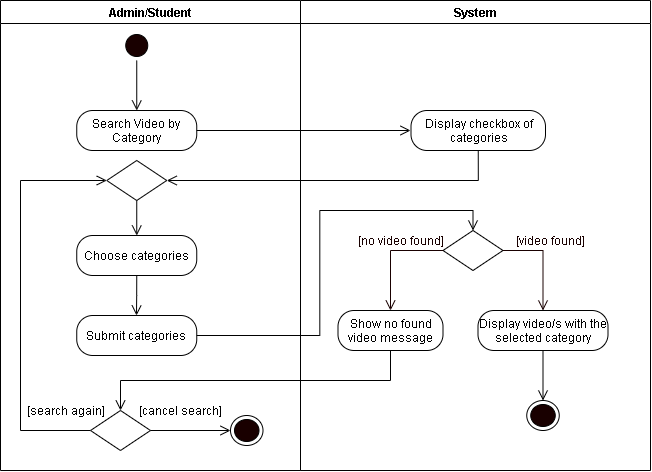
The draw.io diagram REVISIONS/UML-DIAGRAMS/6-9-2021/ACTIVITY DIAGRAM/10-Category Search.png in mrklglsn/CAPSTONE-FILES, before a commit. Source tidied: cells renumbered, new cells last; positions are measured from the earlier drawing's top-left corner, leaving out a move shared by most shapes.
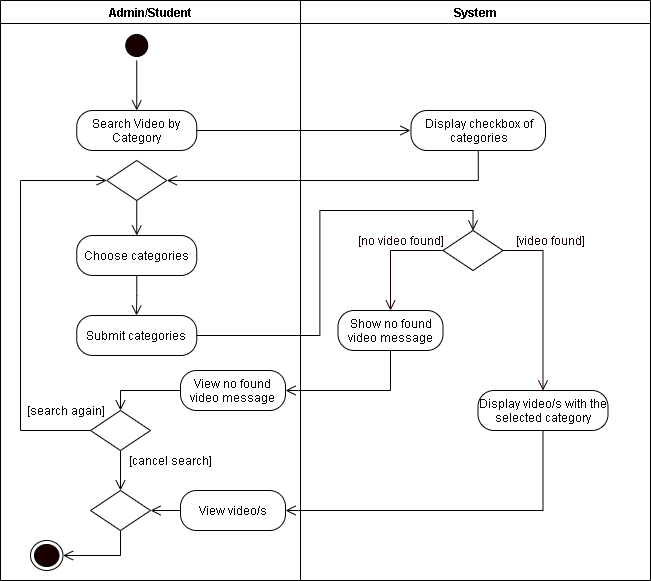
The same file after the commit.

What changed in the source:
```diff
@@ -3,7 +3,7 @@
     <mxCell id="0" />
     <mxCell id="1" parent="0" />
     <mxCell id="2" value="Admin/Student" style="swimlane;startSize=23;" parent="1" vertex="1">
-      <mxGeometry width="300" height="470" as="geometry" />
+      <mxGeometry width="300" height="580" as="geometry" />
     </mxCell>
     <mxCell id="3" style="edgeStyle=orthogonalEdgeStyle;rounded=0;jettySize=auto;html=1;exitX=0.5;exitY=1;exitDx=0;exitDy=0;entryX=0.5;entryY=0;entryDx=0;entryDy=0;endArrow=open;endFill=0;endSize=8;" parent="2" edge="1" source="4">
       <mxGeometry relative="1" as="geometry">
@@ -36,6 +36,9 @@
         </Array>
       </mxGeometry>
     </mxCell>
+    <mxCell id="32" style="edgeStyle=orthogonalEdgeStyle;rounded=0;jettySize=auto;html=1;exitX=0.5;exitY=1;exitDx=0;exitDy=0;entryX=0.5;entryY=0;entryDx=0;entryDy=0;endArrow=open;endFill=0;endSize=8;" parent="2" edge="1" source="11" target="34">
+      <mxGeometry relative="1" as="geometry" />
+    </mxCell>
     <mxCell id="11" style="rhombus;whiteSpace=wrap;html=1;" parent="2" vertex="1">
       <mxGeometry x="90" y="410" width="60" height="40" as="geometry" />
     </mxCell>
@@ -43,16 +46,31 @@
       <mxGeometry x="20" y="400" width="90" height="20" as="geometry" />
     </mxCell>
     <mxCell id="13" value="[cancel search]" style="text;html=1;align=center;verticalAlign=middle;strokeColor=none;rotation=0;" parent="2" vertex="1">
-      <mxGeometry x="130" y="400" width="100" height="20" as="geometry" />
+      <mxGeometry x="120" y="450" width="100" height="20" as="geometry" />
     </mxCell>
+    <mxCell id="33" style="edgeStyle=orthogonalEdgeStyle;rounded=0;jettySize=auto;html=1;exitX=0.5;exitY=1;exitDx=0;exitDy=0;entryX=1;entryY=0.5;entryDx=0;entryDy=0;endArrow=open;endFill=0;endSize=8;" parent="2" edge="1" source="34" target="14">
+      <mxGeometry relative="1" as="geometry" />
+    </mxCell>
+    <mxCell id="34" style="rhombus;whiteSpace=wrap;html=1;" parent="2" vertex="1">
+      <mxGeometry x="90" y="490" width="60" height="40" as="geometry" />
+    </mxCell>
+    <mxCell id="35" style="edgeStyle=orthogonalEdgeStyle;rounded=0;jettySize=auto;html=1;exitX=0;exitY=0.5;exitDx=0;exitDy=0;entryX=0.5;entryY=0;entryDx=0;entryDy=0;endArrow=open;endFill=0;endSize=8;" parent="2" edge="1" source="36" target="11">
+      <mxGeometry relative="1" as="geometry" />
+    </mxCell>
+    <mxCell id="36" value="View no found video message" style="rounded=1;whiteSpace=wrap;html=1;arcSize=40;" parent="2" vertex="1">
+      <mxGeometry x="180" y="370" width="105" height="40" as="geometry" />
+    </mxCell>
+    <mxCell id="37" style="edgeStyle=orthogonalEdgeStyle;rounded=0;jettySize=auto;html=1;exitX=0;exitY=0.5;exitDx=0;exitDy=0;endArrow=open;endFill=0;endSize=8;" parent="2" edge="1" source="38" target="34">
+      <mxGeometry relative="1" as="geometry" />
+    </mxCell>
+    <mxCell id="38" value="View video/s" style="rounded=1;whiteSpace=wrap;html=1;arcSize=40;" parent="2" vertex="1">
+      <mxGeometry x="180" y="490" width="105" height="40" as="geometry" />
+    </mxCell>
     <mxCell id="14" style="ellipse;html=1;shape=endState;fillColor=#190000;" parent="2" vertex="1">
-      <mxGeometry x="230" y="415" width="32.5" height="30" as="geometry" />
+      <mxGeometry x="30" y="540" width="32.5" height="30" as="geometry" />
     </mxCell>
-    <mxCell id="15" style="edgeStyle=orthogonalEdgeStyle;rounded=0;jettySize=auto;html=1;exitX=1;exitY=0.5;exitDx=0;exitDy=0;endArrow=open;endFill=0;endSize=8;entryX=0;entryY=0.5;entryDx=0;entryDy=0;" parent="2" edge="1" source="11" target="14">
-      <mxGeometry relative="1" as="geometry" />
-    </mxCell>
     <mxCell id="16" value="System" style="swimlane;" parent="1" vertex="1">
-      <mxGeometry x="300" width="350" height="470" as="geometry" />
+      <mxGeometry x="300" width="350" height="580" as="geometry" />
     </mxCell>
     <mxCell id="17" style="rhombus;whiteSpace=wrap;html=1;" parent="16" vertex="1">
       <mxGeometry x="142.5" y="230" width="60" height="40" as="geometry" />
@@ -66,11 +84,13 @@
     <mxCell id="20" value="Show no found video message" style="rounded=1;whiteSpace=wrap;html=1;arcSize=40;" parent="16" vertex="1">
       <mxGeometry x="37.5" y="310" width="105" height="40" as="geometry" />
     </mxCell>
-    <mxCell id="21" style="edgeStyle=orthogonalEdgeStyle;rounded=0;jettySize=auto;html=1;exitX=0.5;exitY=1;exitDx=0;exitDy=0;entryX=0.5;entryY=0;entryDx=0;entryDy=0;endArrow=open;endFill=0;endSize=8;" parent="16" edge="1" source="22" target="26">
-      <mxGeometry relative="1" as="geometry" />
+    <mxCell id="21" style="edgeStyle=orthogonalEdgeStyle;rounded=0;jettySize=auto;html=1;exitX=0.5;exitY=1;exitDx=0;exitDy=0;entryX=0.5;entryY=0;entryDx=0;entryDy=0;endArrow=open;endFill=0;endSize=8;" parent="16" edge="1" source="22">
+      <mxGeometry relative="1" as="geometry">
+        <mxPoint x="242.5" y="400" as="targetPoint" />
+      </mxGeometry>
     </mxCell>
     <mxCell id="22" value="Display video/s with the selected category" style="rounded=1;whiteSpace=wrap;html=1;arcSize=40;" parent="16" vertex="1">
-      <mxGeometry x="177.5" y="310" width="130" height="40" as="geometry" />
+      <mxGeometry x="177.5" y="390" width="130" height="40" as="geometry" />
     </mxCell>
     <mxCell id="23" style="edgeStyle=orthogonalEdgeStyle;rounded=0;jettySize=auto;html=1;exitX=0;exitY=0.5;exitDx=0;exitDy=0;fontColor=#FFFFFF;endArrow=open;endFill=0;endSize=8;strokeColor=#190000;entryX=0.5;entryY=0;entryDx=0;entryDy=0;" parent="16" edge="1" source="17" target="20">
       <mxGeometry relative="1" as="geometry" />
@@ -81,9 +101,6 @@
     <mxCell id="25" value="Display checkbox of categories" style="rounded=1;whiteSpace=wrap;html=1;arcSize=40;" parent="16" vertex="1">
       <mxGeometry x="110.5" y="110" width="134.5" height="40" as="geometry" />
     </mxCell>
-    <mxCell id="26" style="ellipse;html=1;shape=endState;fillColor=#190000;" parent="16" vertex="1">
-      <mxGeometry x="226.2" y="400" width="32.5" height="30" as="geometry" />
-    </mxCell>
     <mxCell id="27" style="edgeStyle=orthogonalEdgeStyle;rounded=0;jettySize=auto;html=1;exitX=1;exitY=0.5;exitDx=0;exitDy=0;endArrow=open;endFill=0;endSize=8;" parent="1" edge="1" source="5">
       <mxGeometry relative="1" as="geometry">
         <mxPoint x="410" y="130" as="targetPoint" />
@@ -100,8 +117,11 @@
     <mxCell id="30" style="edgeStyle=orthogonalEdgeStyle;rounded=0;jettySize=auto;html=1;exitX=0.5;exitY=1;exitDx=0;exitDy=0;entryX=1;entryY=0.5;entryDx=0;entryDy=0;endArrow=open;endFill=0;endSize=8;" parent="1" edge="1" source="25" target="9">
       <mxGeometry relative="1" as="geometry" />
     </mxCell>
-    <mxCell id="31" style="edgeStyle=orthogonalEdgeStyle;rounded=0;jettySize=auto;html=1;exitX=0.5;exitY=1;exitDx=0;exitDy=0;entryX=0.5;entryY=0;entryDx=0;entryDy=0;endArrow=open;endFill=0;endSize=8;" parent="1" edge="1" source="20" target="11">
-      <mxGeometry relative="1" as="geometry" />
-    </mxCell>
+    <mxCell id="39" style="edgeStyle=orthogonalEdgeStyle;rounded=0;jettySize=auto;html=1;exitX=0.5;exitY=1;exitDx=0;exitDy=0;entryX=1;entryY=0.5;entryDx=0;entryDy=0;endArrow=open;endFill=0;endSize=8;" parent="1" edge="1" source="20" target="36">
+      <mxGeometry relative="1" as="geometry" />
+    </mxCell>
+    <mxCell id="40" style="edgeStyle=orthogonalEdgeStyle;rounded=0;jettySize=auto;html=1;exitX=0.5;exitY=1;exitDx=0;exitDy=0;entryX=1;entryY=0.5;entryDx=0;entryDy=0;endArrow=open;endFill=0;endSize=8;" parent="1" edge="1" source="22" target="38">
+      <mxGeometry relative="1" as="geometry" />
+    </mxCell>
   </root>
 </mxGraphModel>
```
